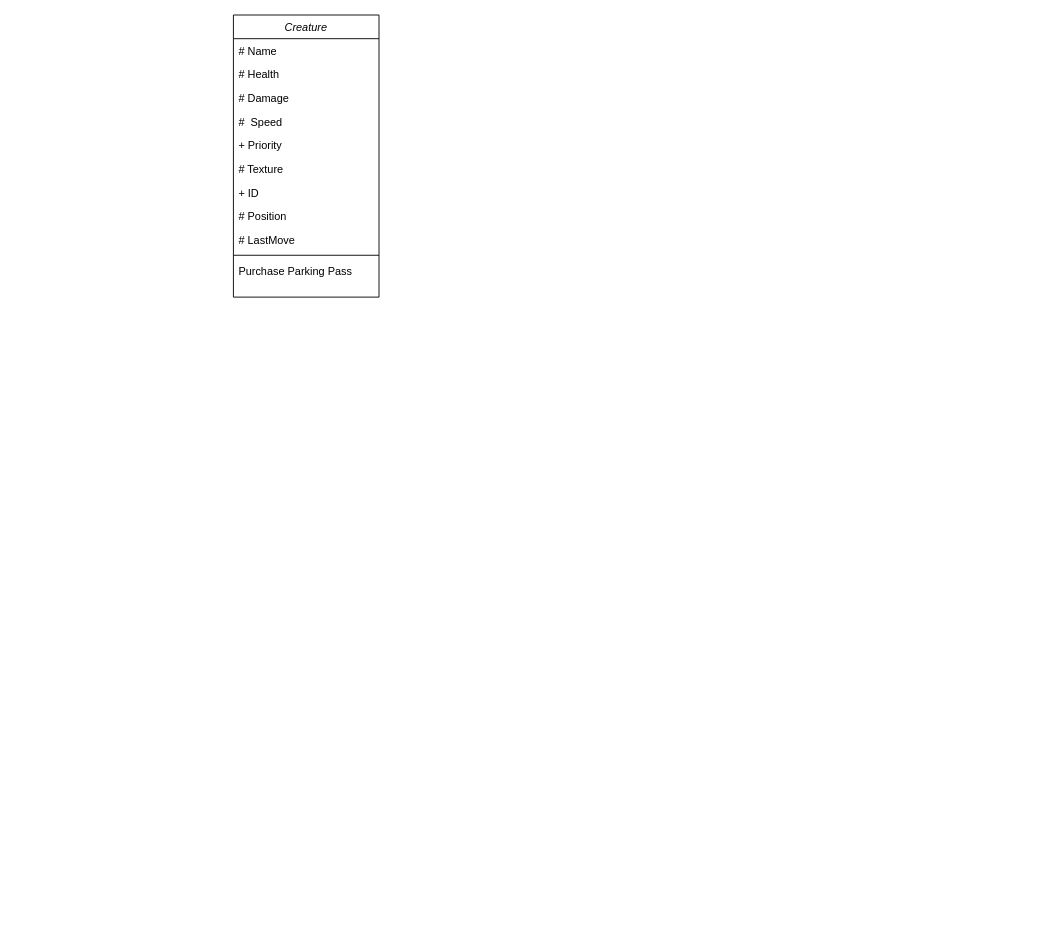
Before: classdiagram.drawio in CaptainDrewBoy/CaptainDrewBoy, a draw.io diagram. Source tidied: cells renumbered, new cells numbered last; positions are measured from the earlier drawing's top-left corner, leaving out a move shared by most shapes. Both pictures are drawn from the tidied source at 91%, with x=0, y=0 at pixel (233, 15).
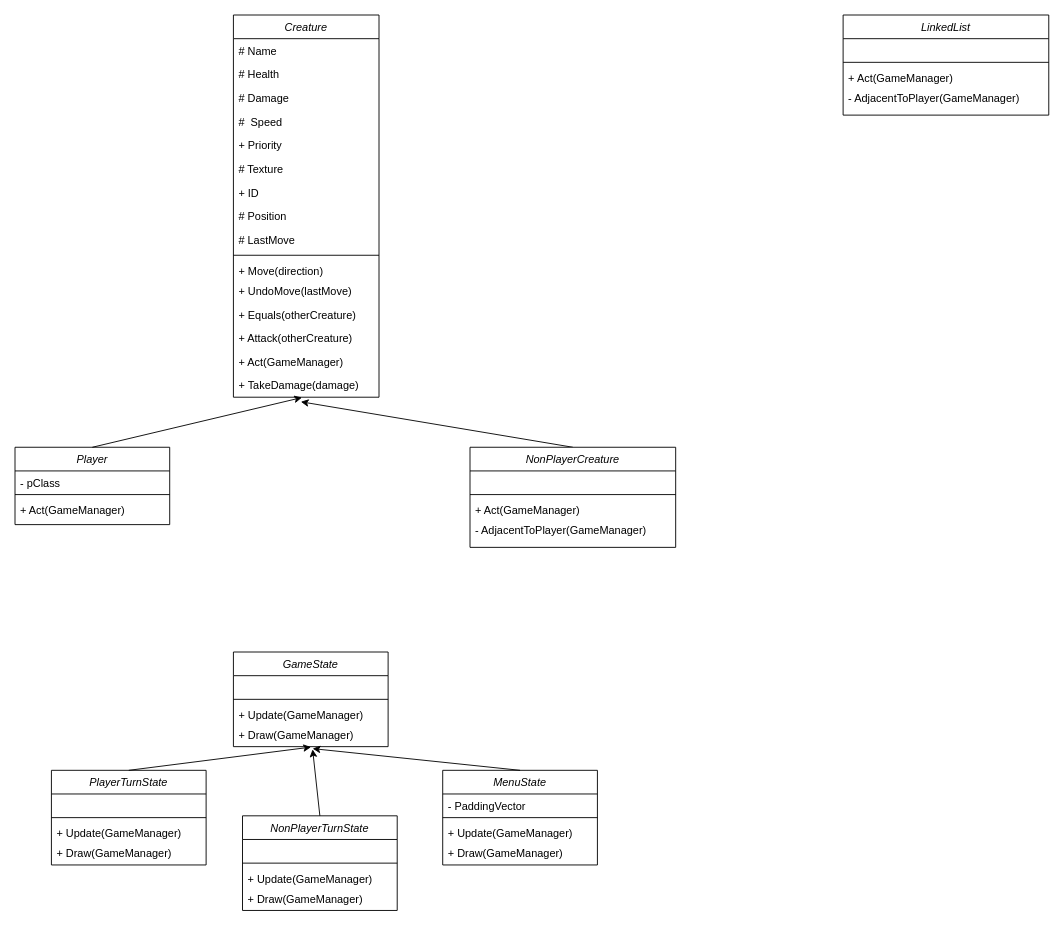
Above is the later version.

What changed in the source:
```diff
@@
     <mxCell id="2" value="Creature" style="swimlane;fontStyle=2;align=center;verticalAlign=top;horizontal=1;startSize=26;rounded=0;shadow=0;strokeWidth=1;" parent="1" vertex="1">
-      <mxGeometry width="160" height="310" as="geometry" />
+      <mxGeometry width="160" height="420" as="geometry" />
     </mxCell>
@@
-    <mxCell id="13" value="Purchase Parking Pass" style="text;align=left;verticalAlign=top;spacingLeft=4;spacingRight=4;overflow=hidden;" parent="2" vertex="1">
-      <mxGeometry y="268" width="160" height="42" as="geometry" />
+    <mxCell id="13" value="+ Move(direction)" style="text;align=left;verticalAlign=top;spacingLeft=4;spacingRight=4;overflow=hidden;" parent="2" vertex="1">
+      <mxGeometry y="268" width="160" height="22" as="geometry" />
     </mxCell>
+    <mxCell id="14" value="+ UndoMove(lastMove)" style="text;align=left;verticalAlign=top;spacingLeft=4;spacingRight=4;overflow=hidden;rounded=0;shadow=0;html=0;" parent="2" vertex="1">
+      <mxGeometry y="290" width="160" height="26" as="geometry" />
+    </mxCell>
+    <mxCell id="15" value="+ Equals(otherCreature)" style="text;align=left;verticalAlign=top;spacingLeft=4;spacingRight=4;overflow=hidden;rounded=0;shadow=0;html=0;" parent="2" vertex="1">
+      <mxGeometry y="316" width="160" height="26" as="geometry" />
+    </mxCell>
+    <mxCell id="16" value="+ Attack(otherCreature)" style="text;align=left;verticalAlign=top;spacingLeft=4;spacingRight=4;overflow=hidden;rounded=0;shadow=0;html=0;" parent="2" vertex="1">
+      <mxGeometry y="342" width="160" height="26" as="geometry" />
+    </mxCell>
+    <mxCell id="17" value="+ Act(GameManager)" style="text;align=left;verticalAlign=top;spacingLeft=4;spacingRight=4;overflow=hidden;rounded=0;shadow=0;html=0;" parent="2" vertex="1">
+      <mxGeometry y="368" width="160" height="26" as="geometry" />
+    </mxCell>
+    <mxCell id="18" value="+ TakeDamage(damage)" style="text;align=left;verticalAlign=top;spacingLeft=4;spacingRight=4;overflow=hidden;points=[[0,0.5],[1,0.5]];portConstraint=eastwest;rounded=0;shadow=0;html=0;" parent="2" vertex="1">
+      <mxGeometry y="394" width="160" height="26" as="geometry" />
+    </mxCell>
+    <mxCell id="19" style="endArrow=classic;html=1;rounded=0;entryX=0.463;entryY=1.192;entryDx=0;entryDy=0;entryPerimeter=0;exitX=0.5;exitY=0;exitDx=0;exitDy=0;" parent="1" edge="1" source="20" target="18">
+      <mxGeometry relative="1" as="geometry" />
+    </mxCell>
+    <mxCell id="20" value="NonPlayerCreature" style="swimlane;fontStyle=2;align=center;verticalAlign=top;horizontal=1;startSize=26;rounded=0;shadow=0;strokeWidth=1;" parent="1" vertex="1">
+      <mxGeometry x="260" y="475" width="226" height="110" as="geometry" />
+    </mxCell>
+    <mxCell id="21" value="  " style="text;align=left;verticalAlign=top;spacingLeft=4;spacingRight=4;overflow=hidden;" parent="20" vertex="1">
+      <mxGeometry y="26" width="226" height="22" as="geometry" />
+    </mxCell>
+    <mxCell id="22" style="line;html=1;strokeWidth=1;align=left;verticalAlign=middle;spacingTop=-1;spacingLeft=3;spacingRight=3;labelPosition=right;" parent="20" vertex="1">
+      <mxGeometry y="48" width="226" height="8" as="geometry" />
+    </mxCell>
+    <mxCell id="23" value="+ Act(GameManager)" style="text;align=left;verticalAlign=top;spacingLeft=4;spacingRight=4;overflow=hidden;" parent="20" vertex="1">
+      <mxGeometry y="56" width="226" height="22" as="geometry" />
+    </mxCell>
+    <mxCell id="24" value="- AdjacentToPlayer(GameManager)" style="text;align=left;verticalAlign=top;spacingLeft=4;spacingRight=4;overflow=hidden;rounded=0;shadow=0;html=0;" parent="20" vertex="1">
+      <mxGeometry y="78" width="226" height="26" as="geometry" />
+    </mxCell>
+    <mxCell id="25" value="Player" style="swimlane;fontStyle=2;align=center;verticalAlign=top;horizontal=1;startSize=26;rounded=0;shadow=0;strokeWidth=1;" parent="1" vertex="1">
+      <mxGeometry x="-240" y="475" width="170" height="85" as="geometry" />
+    </mxCell>
+    <mxCell id="26" value="- pClass" style="text;align=left;verticalAlign=top;spacingLeft=4;spacingRight=4;overflow=hidden;" parent="25" vertex="1">
+      <mxGeometry y="26" width="170" height="22" as="geometry" />
+    </mxCell>
+    <mxCell id="27" style="line;html=1;strokeWidth=1;align=left;verticalAlign=middle;spacingTop=-1;spacingLeft=3;spacingRight=3;labelPosition=right;" parent="25" vertex="1">
+      <mxGeometry y="48" width="170" height="8" as="geometry" />
+    </mxCell>
+    <mxCell id="28" value="+ Act(GameManager)" style="text;align=left;verticalAlign=top;spacingLeft=4;spacingRight=4;overflow=hidden;" parent="25" vertex="1">
+      <mxGeometry y="56" width="170" height="22" as="geometry" />
+    </mxCell>
+    <mxCell id="29" style="endArrow=classic;html=1;rounded=0;exitX=0.5;exitY=0;exitDx=0;exitDy=0;entryX=0.471;entryY=1.013;entryDx=0;entryDy=0;entryPerimeter=0;" parent="1" edge="1" source="25" target="18">
+      <mxGeometry relative="1" as="geometry" />
+    </mxCell>
+    <mxCell id="30" value="GameState" style="swimlane;fontStyle=2;align=center;verticalAlign=top;horizontal=1;startSize=26;rounded=0;shadow=0;strokeWidth=1;" parent="1" vertex="1">
+      <mxGeometry y="700" width="170" height="104" as="geometry" />
+    </mxCell>
+    <mxCell id="31" value=" " style="text;align=left;verticalAlign=top;spacingLeft=4;spacingRight=4;overflow=hidden;" parent="30" vertex="1">
+      <mxGeometry y="26" width="170" height="22" as="geometry" />
+    </mxCell>
+    <mxCell id="32" style="line;html=1;strokeWidth=1;align=left;verticalAlign=middle;spacingTop=-1;spacingLeft=3;spacingRight=3;labelPosition=right;" parent="30" vertex="1">
+      <mxGeometry y="48" width="170" height="8" as="geometry" />
+    </mxCell>
+    <mxCell id="33" value="+ Update(GameManager)" style="text;align=left;verticalAlign=top;spacingLeft=4;spacingRight=4;overflow=hidden;" parent="30" vertex="1">
+      <mxGeometry y="56" width="170" height="22" as="geometry" />
+    </mxCell>
+    <mxCell id="34" value="+ Draw(GameManager)" style="text;align=left;verticalAlign=top;spacingLeft=4;spacingRight=4;overflow=hidden;points=[[0,0.5],[1,0.5]];portConstraint=eastwest;rounded=0;shadow=0;html=0;" parent="30" vertex="1">
+      <mxGeometry y="78" width="170" height="26" as="geometry" />
+    </mxCell>
+    <mxCell id="35" value="MenuState" style="swimlane;fontStyle=2;align=center;verticalAlign=top;horizontal=1;startSize=26;rounded=0;shadow=0;strokeWidth=1;" parent="1" vertex="1">
+      <mxGeometry x="230" y="830" width="170" height="104" as="geometry" />
+    </mxCell>
+    <mxCell id="36" value="- PaddingVector" style="text;align=left;verticalAlign=top;spacingLeft=4;spacingRight=4;overflow=hidden;" parent="35" vertex="1">
+      <mxGeometry y="26" width="170" height="22" as="geometry" />
+    </mxCell>
+    <mxCell id="37" style="line;html=1;strokeWidth=1;align=left;verticalAlign=middle;spacingTop=-1;spacingLeft=3;spacingRight=3;labelPosition=right;" parent="35" vertex="1">
+      <mxGeometry y="48" width="170" height="8" as="geometry" />
+    </mxCell>
+    <mxCell id="38" value="+ Update(GameManager)" style="text;align=left;verticalAlign=top;spacingLeft=4;spacingRight=4;overflow=hidden;" parent="35" vertex="1">
+      <mxGeometry y="56" width="170" height="22" as="geometry" />
+    </mxCell>
+    <mxCell id="39" value="+ Draw(GameManager)" style="text;align=left;verticalAlign=top;spacingLeft=4;spacingRight=4;overflow=hidden;rounded=0;shadow=0;html=0;" parent="35" vertex="1">
+      <mxGeometry y="78" width="170" height="26" as="geometry" />
+    </mxCell>
+    <mxCell id="40" style="endArrow=classic;html=1;rounded=0;exitX=0.5;exitY=0;exitDx=0;exitDy=0;entryX=0.512;entryY=1.083;entryDx=0;entryDy=0;entryPerimeter=0;" parent="1" edge="1" source="35" target="34">
+      <mxGeometry relative="1" as="geometry" />
+    </mxCell>
+    <mxCell id="41" value="PlayerTurnState" style="swimlane;fontStyle=2;align=center;verticalAlign=top;horizontal=1;startSize=26;rounded=0;shadow=0;strokeWidth=1;" parent="1" vertex="1">
+      <mxGeometry x="-200" y="830" width="170" height="104" as="geometry" />
+    </mxCell>
+    <mxCell id="42" value=" " style="text;align=left;verticalAlign=top;spacingLeft=4;spacingRight=4;overflow=hidden;" parent="41" vertex="1">
+      <mxGeometry y="26" width="170" height="22" as="geometry" />
+    </mxCell>
+    <mxCell id="43" style="line;html=1;strokeWidth=1;align=left;verticalAlign=middle;spacingTop=-1;spacingLeft=3;spacingRight=3;labelPosition=right;" parent="41" vertex="1">
+      <mxGeometry y="48" width="170" height="8" as="geometry" />
+    </mxCell>
+    <mxCell id="44" value="+ Update(GameManager)" style="text;align=left;verticalAlign=top;spacingLeft=4;spacingRight=4;overflow=hidden;" parent="41" vertex="1">
+      <mxGeometry y="56" width="170" height="22" as="geometry" />
+    </mxCell>
+    <mxCell id="45" value="+ Draw(GameManager)" style="text;align=left;verticalAlign=top;spacingLeft=4;spacingRight=4;overflow=hidden;rounded=0;shadow=0;html=0;" parent="41" vertex="1">
+      <mxGeometry y="78" width="170" height="26" as="geometry" />
+    </mxCell>
+    <mxCell id="46" style="endArrow=classic;html=1;rounded=0;exitX=0.5;exitY=0;exitDx=0;exitDy=0;entryX=0.502;entryY=1.019;entryDx=0;entryDy=0;entryPerimeter=0;" parent="1" edge="1" source="41" target="34">
+      <mxGeometry relative="1" as="geometry" />
+    </mxCell>
+    <mxCell id="47" value="NonPlayerTurnState" style="swimlane;fontStyle=2;align=center;verticalAlign=top;horizontal=1;startSize=26;rounded=0;shadow=0;strokeWidth=1;" parent="1" vertex="1">
+      <mxGeometry x="10" y="880" width="170" height="104" as="geometry" />
+    </mxCell>
+    <mxCell id="48" value=" " style="text;align=left;verticalAlign=top;spacingLeft=4;spacingRight=4;overflow=hidden;" parent="47" vertex="1">
+      <mxGeometry y="26" width="170" height="22" as="geometry" />
+    </mxCell>
+    <mxCell id="49" style="line;html=1;strokeWidth=1;align=left;verticalAlign=middle;spacingTop=-1;spacingLeft=3;spacingRight=3;labelPosition=right;" parent="47" vertex="1">
+      <mxGeometry y="48" width="170" height="8" as="geometry" />
+    </mxCell>
+    <mxCell id="50" value="+ Update(GameManager)" style="text;align=left;verticalAlign=top;spacingLeft=4;spacingRight=4;overflow=hidden;" parent="47" vertex="1">
+      <mxGeometry y="56" width="170" height="22" as="geometry" />
+    </mxCell>
+    <mxCell id="51" value="+ Draw(GameManager)" style="text;align=left;verticalAlign=top;spacingLeft=4;spacingRight=4;overflow=hidden;rounded=0;shadow=0;html=0;" parent="47" vertex="1">
+      <mxGeometry y="78" width="170" height="26" as="geometry" />
+    </mxCell>
+    <mxCell id="52" style="endArrow=classic;html=1;rounded=0;exitX=0.5;exitY=0;exitDx=0;exitDy=0;entryX=0.512;entryY=1.115;entryDx=0;entryDy=0;entryPerimeter=0;" parent="1" edge="1" source="47" target="34">
+      <mxGeometry relative="1" as="geometry" />
+    </mxCell>
+    <mxCell id="53" value="LinkedList" style="swimlane;fontStyle=2;align=center;verticalAlign=top;horizontal=1;startSize=26;rounded=0;shadow=0;strokeWidth=1;" parent="1" vertex="1">
+      <mxGeometry x="670" width="226" height="110" as="geometry" />
+    </mxCell>
+    <mxCell id="54" value="  " style="text;align=left;verticalAlign=top;spacingLeft=4;spacingRight=4;overflow=hidden;" parent="53" vertex="1">
+      <mxGeometry y="26" width="226" height="22" as="geometry" />
+    </mxCell>
+    <mxCell id="55" style="line;html=1;strokeWidth=1;align=left;verticalAlign=middle;spacingTop=-1;spacingLeft=3;spacingRight=3;labelPosition=right;" parent="53" vertex="1">
+      <mxGeometry y="48" width="226" height="8" as="geometry" />
+    </mxCell>
+    <mxCell id="56" value="+ Act(GameManager)" style="text;align=left;verticalAlign=top;spacingLeft=4;spacingRight=4;overflow=hidden;" parent="53" vertex="1">
+      <mxGeometry y="56" width="226" height="22" as="geometry" />
+    </mxCell>
+    <mxCell id="57" value="- AdjacentToPlayer(GameManager)" style="text;align=left;verticalAlign=top;spacingLeft=4;spacingRight=4;overflow=hidden;rounded=0;shadow=0;html=0;" parent="53" vertex="1">
+      <mxGeometry y="78" width="226" height="26" as="geometry" />
+    </mxCell>
```
